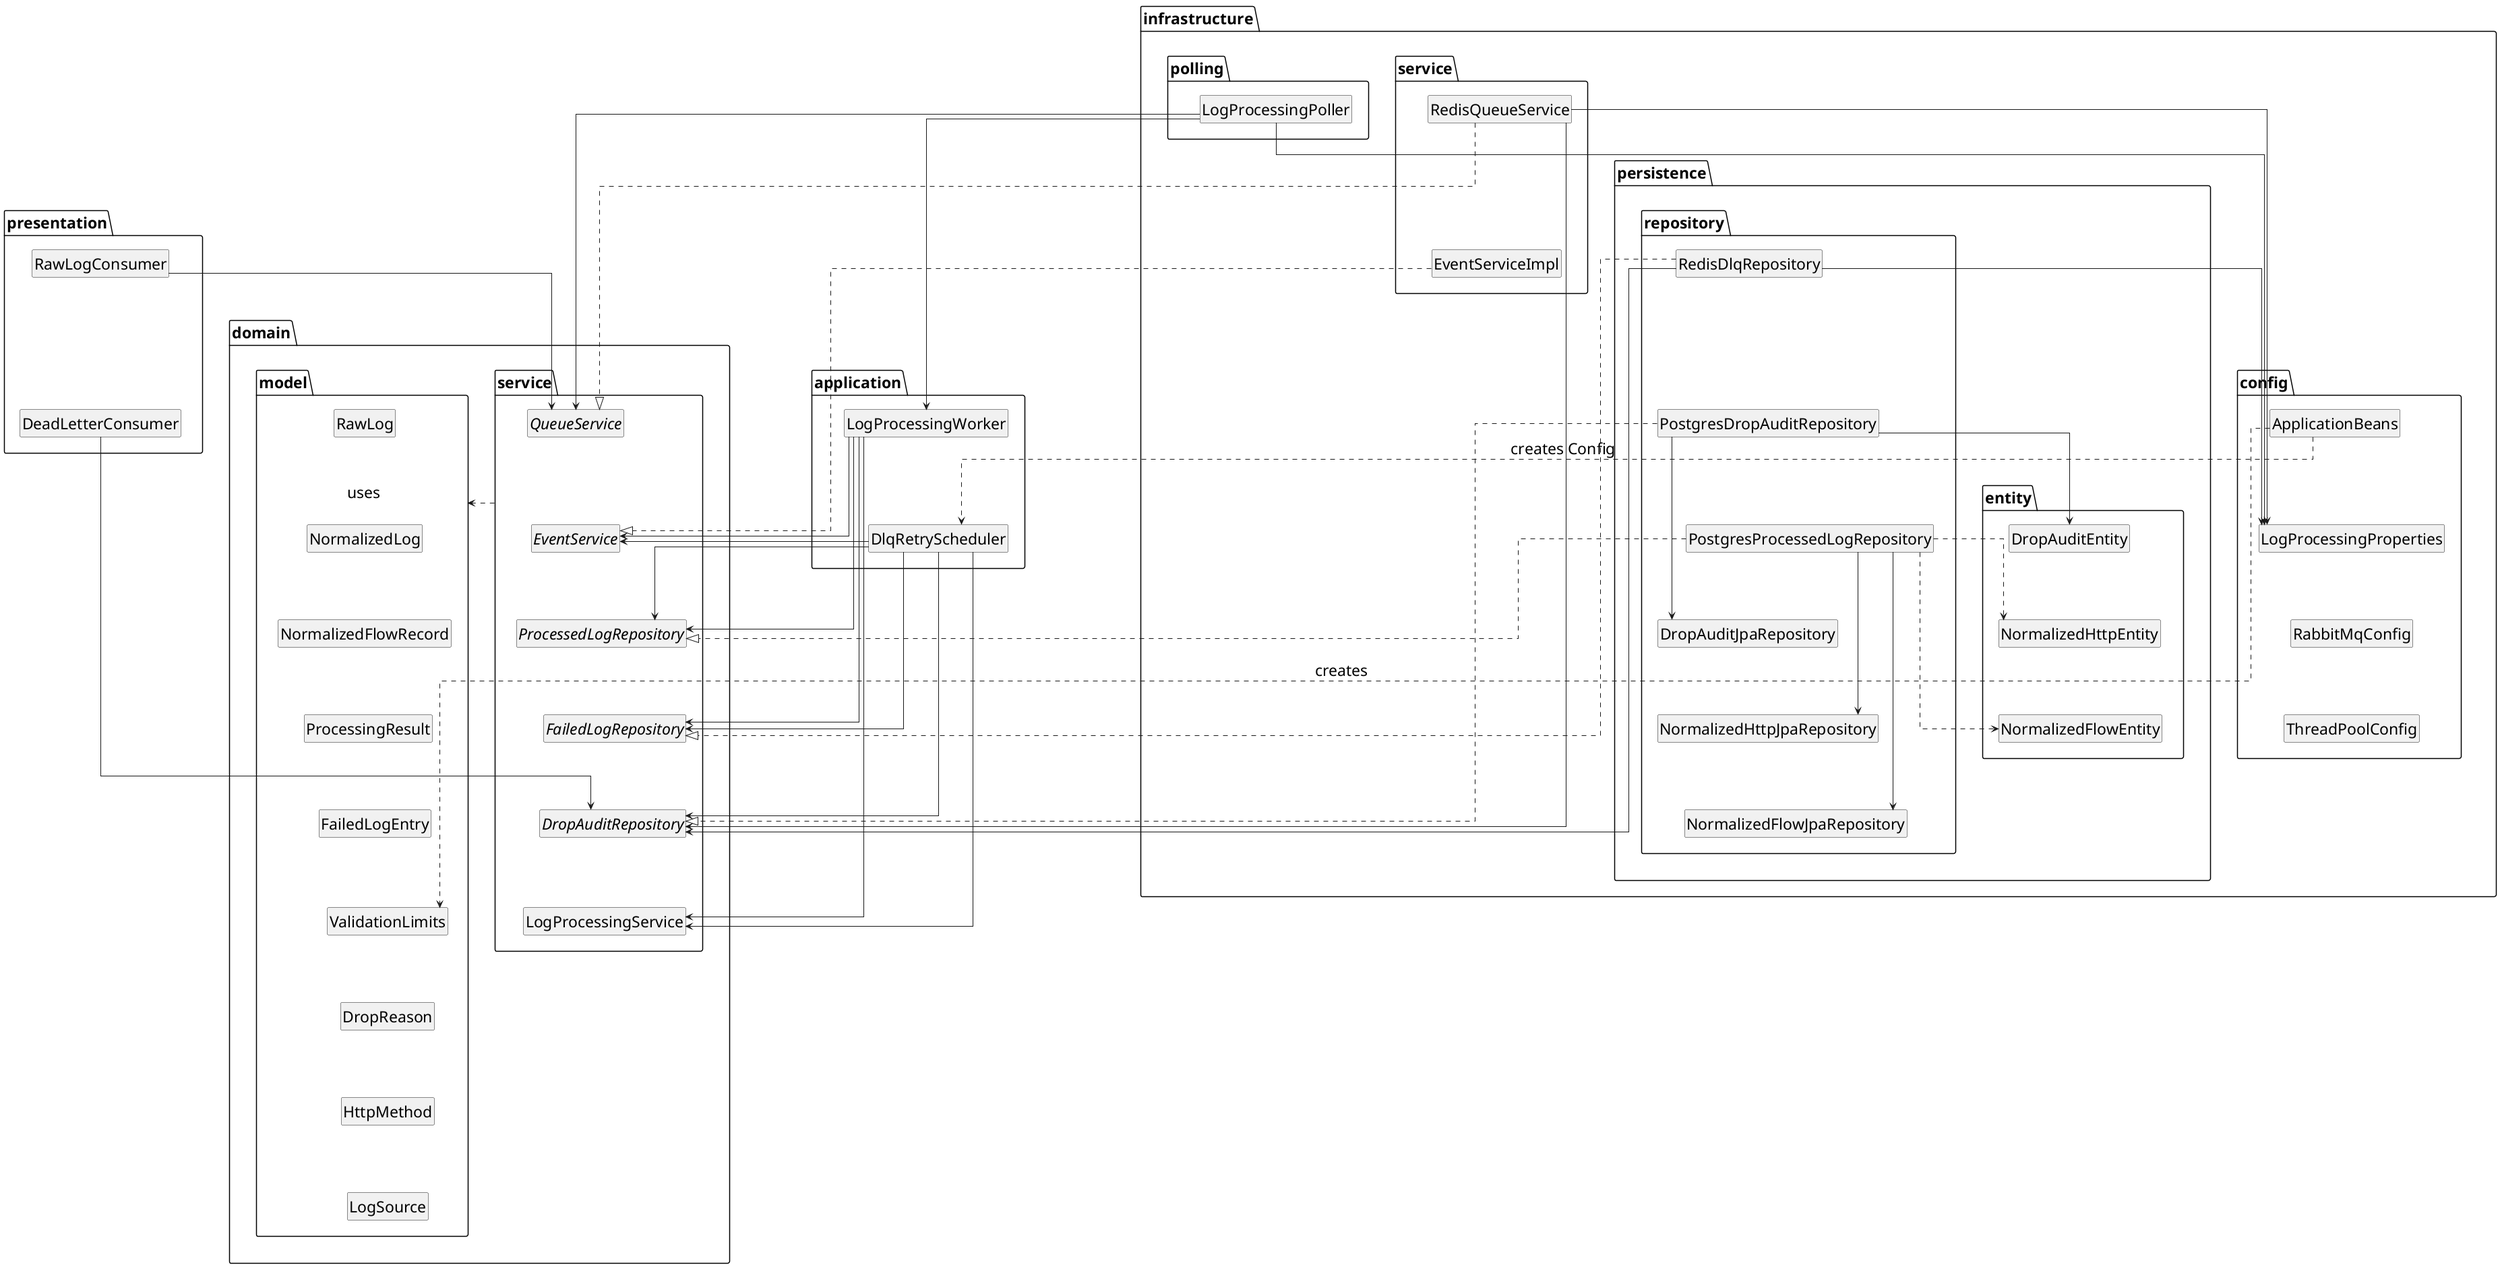
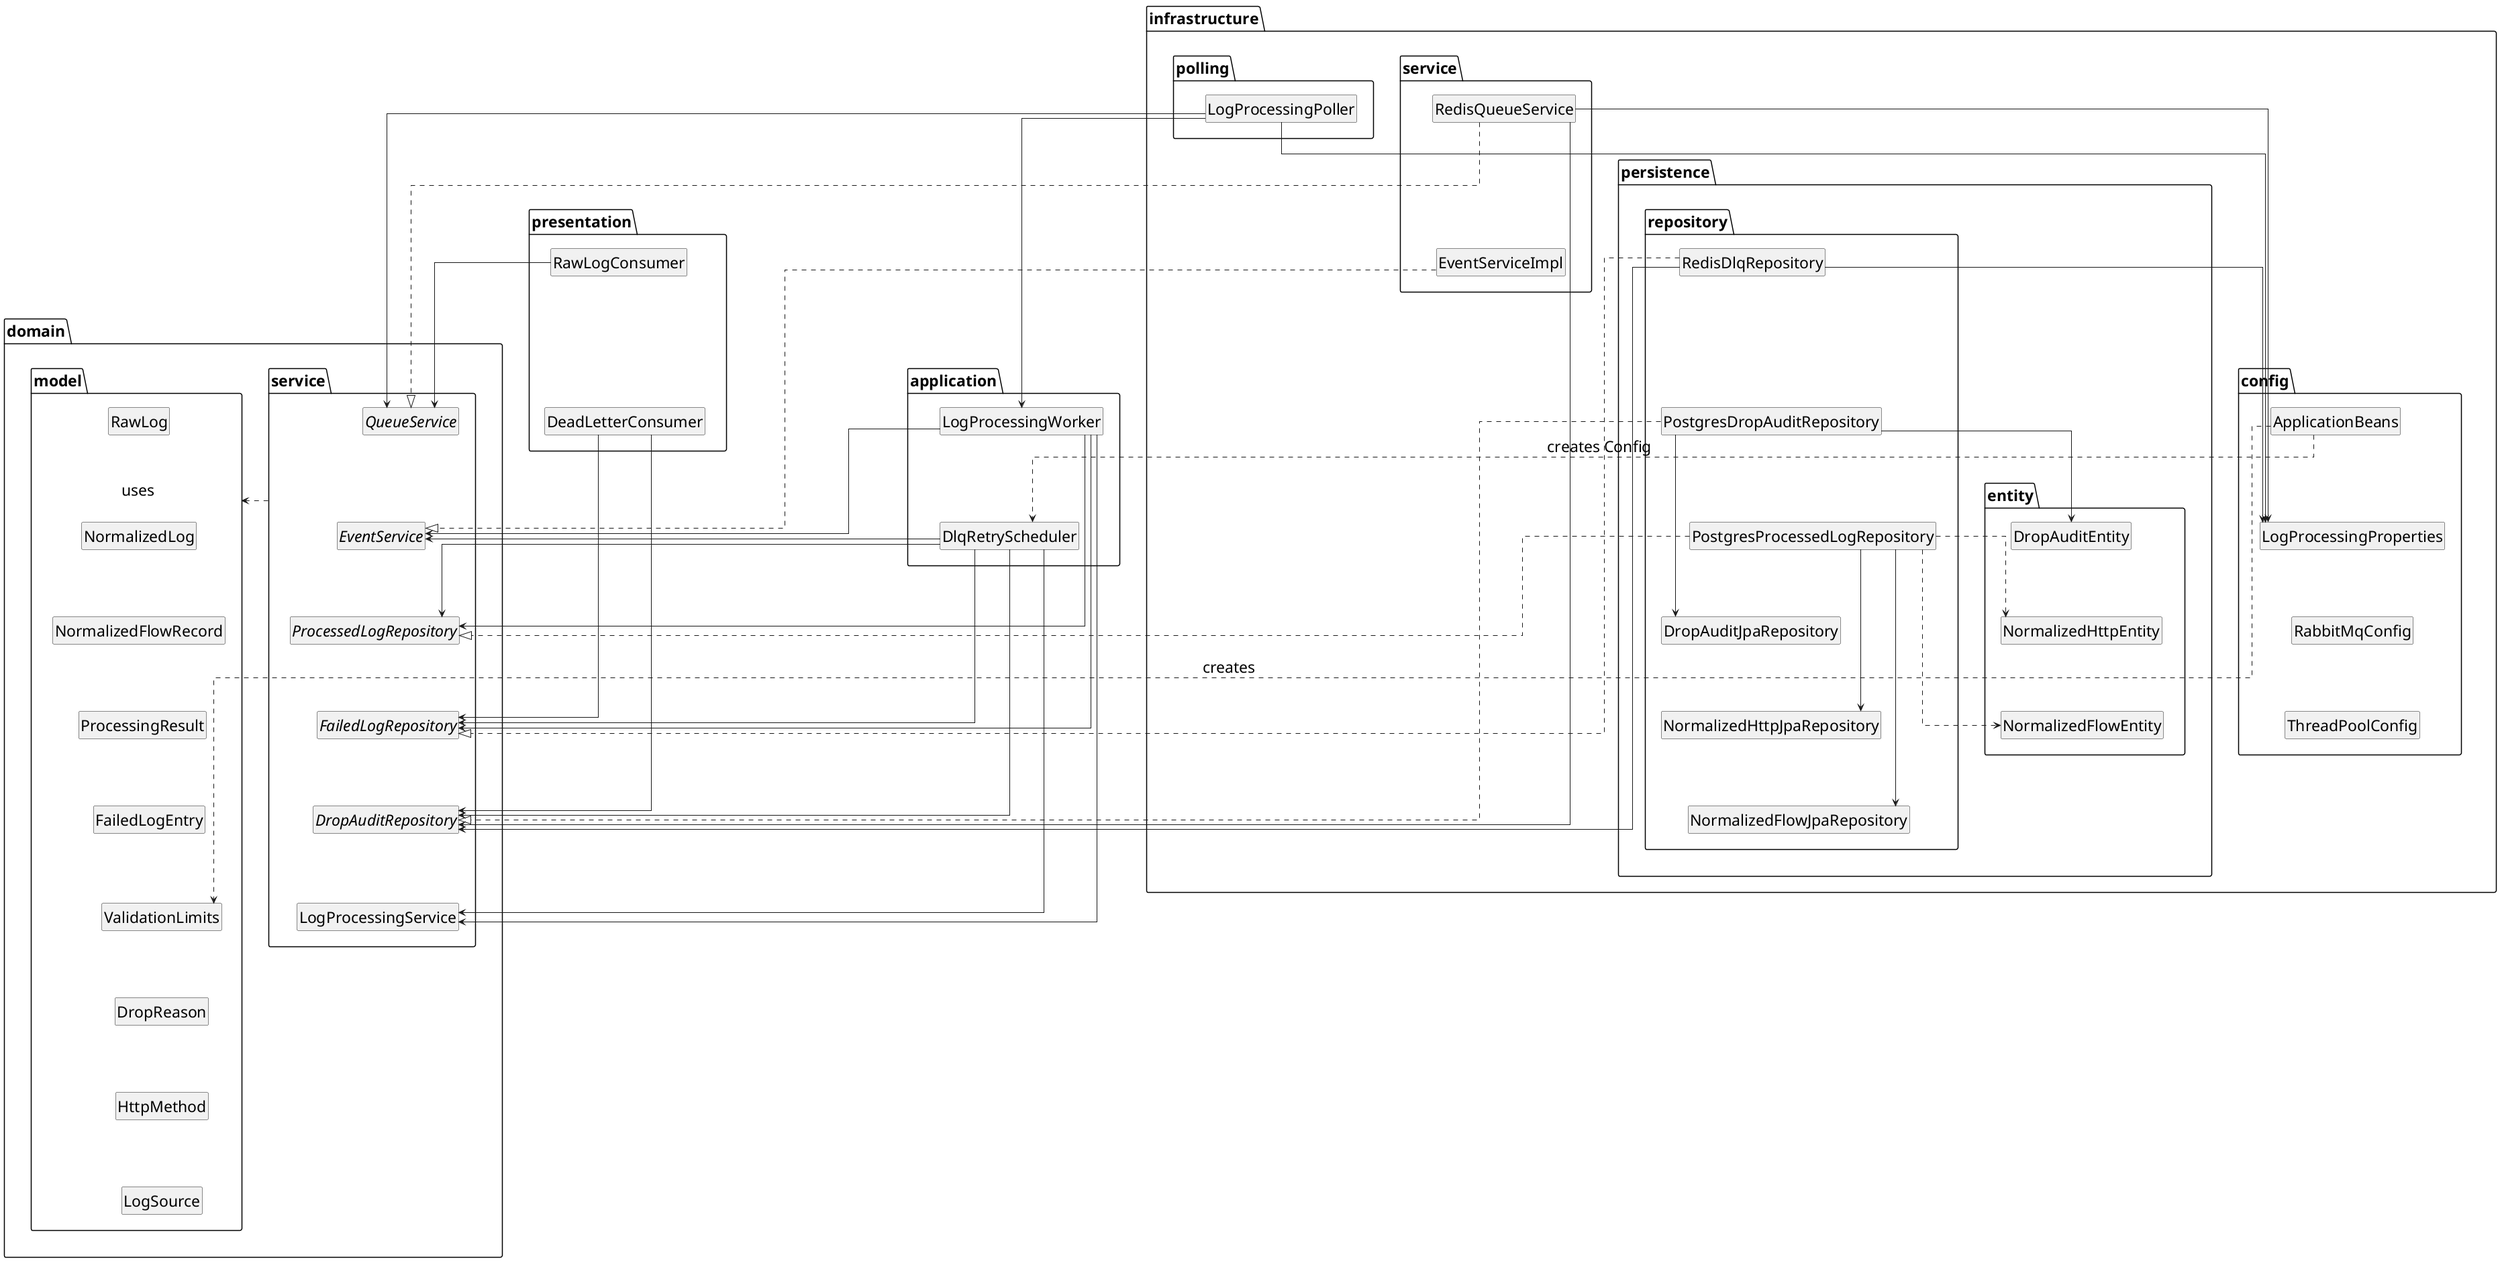
@startuml log-processing
top to bottom direction

skinparam packageStyle folder
skinparam linetype ortho
skinparam ranksep 100
skinparam nodesep 40
skinparam DefaultFontSize 23

hide circle
hide empty members

' ---- Layout / Together groups ----
together {
  package "domain.service" {
    interface QueueService
    interface EventService
    interface ProcessedLogRepository
    interface FailedLogRepository
    interface DropAuditRepository
    class LogProcessingService

    QueueService -[hidden]down- EventService
    EventService -[hidden]down- ProcessedLogRepository
    ProcessedLogRepository -[hidden]down- FailedLogRepository
    FailedLogRepository -[hidden]down- DropAuditRepository
    DropAuditRepository -[hidden]down- LogProcessingService
  }

  package "domain.model" {
    class RawLog
    class NormalizedLog
    class NormalizedFlowRecord
    class ProcessingResult
    class FailedLogEntry
    class ValidationLimits
    class DropReason
    class HttpMethod
    class LogSource

    RawLog -[hidden]down- NormalizedLog
    NormalizedLog -[hidden]down- NormalizedFlowRecord
    NormalizedFlowRecord -[hidden]down- ProcessingResult
    ProcessingResult -[hidden]down- FailedLogEntry
    FailedLogEntry -[hidden]down- ValidationLimits
    ValidationLimits -[hidden]down- DropReason
    DropReason -[hidden]down- HttpMethod
    HttpMethod -[hidden]down- LogSource
  }
}

together {
  package application {
    class LogProcessingWorker
    class DlqRetryScheduler

    LogProcessingWorker -[hidden]down- DlqRetryScheduler
  }
}

together {
  package presentation {
    class RawLogConsumer
    class DeadLetterConsumer

    RawLogConsumer -[hidden]down- DeadLetterConsumer
  }
}

together {
  package "infrastructure.polling" {
    class LogProcessingPoller
  }

  package "infrastructure.service" {
    class RedisQueueService
    class EventServiceImpl

    RedisQueueService -[hidden]down- EventServiceImpl
  }
}

together {
  package "infrastructure.persistence.repository" {
    class RedisDlqRepository
    class PostgresDropAuditRepository
    class PostgresProcessedLogRepository
    class DropAuditJpaRepository
    class NormalizedHttpJpaRepository
    class NormalizedFlowJpaRepository

    RedisDlqRepository -[hidden]down- PostgresDropAuditRepository
    PostgresDropAuditRepository -[hidden]down- PostgresProcessedLogRepository
    PostgresProcessedLogRepository -[hidden]down- DropAuditJpaRepository
    DropAuditJpaRepository -[hidden]down- NormalizedHttpJpaRepository
    NormalizedHttpJpaRepository -[hidden]down- NormalizedFlowJpaRepository
  }

  package "infrastructure.persistence.entity" {
    class DropAuditEntity
    class NormalizedHttpEntity
    class NormalizedFlowEntity

    DropAuditEntity -[hidden]down- NormalizedHttpEntity
    NormalizedHttpEntity -[hidden]down- NormalizedFlowEntity
  }
}

together {
  package "infrastructure.config" {
    class ApplicationBeans
    class LogProcessingProperties
    class RabbitMqConfig
    class ThreadPoolConfig

    ApplicationBeans -[hidden]down- LogProcessingProperties
    LogProcessingProperties -[hidden]down- RabbitMqConfig
    RabbitMqConfig -[hidden]down- ThreadPoolConfig
  }
}

' ---- Layer Order ----
"domain.service" -[hidden]down- application
application -[hidden]down- presentation
presentation -[hidden]down- "infrastructure.polling"
"infrastructure.polling" -[hidden]down- "infrastructure.persistence.repository"
"infrastructure.persistence.repository" -[hidden]down- "infrastructure.config"

"domain.service" -[hidden]right- "domain.model"
"infrastructure.polling" -[hidden]right- "infrastructure.service"
"infrastructure.persistence.repository" -[hidden]right- "infrastructure.persistence.entity"

' ---- presentation -> application & domain.service ----
RawLogConsumer --> QueueService
DeadLetterConsumer --> DropAuditRepository
+ DeadLetterConsumer --> FailedLogRepository

' ---- application -> domain.service ----
LogProcessingWorker --> LogProcessingService
LogProcessingWorker --> EventService
LogProcessingWorker --> ProcessedLogRepository
LogProcessingWorker --> FailedLogRepository

DlqRetryScheduler --> FailedLogRepository
DlqRetryScheduler --> LogProcessingService
DlqRetryScheduler --> EventService
DlqRetryScheduler --> ProcessedLogRepository
DlqRetryScheduler --> DropAuditRepository

' ---- domain.service -> domain.model (package-level, kept minimal) ----
"domain.service" ..> "domain.model" : uses

' ---- infrastructure.polling -> application & domain.service ----
LogProcessingPoller --> QueueService
LogProcessingPoller --> LogProcessingWorker
LogProcessingPoller --> LogProcessingProperties

' ---- infrastructure implementations of domain.service ----
RedisQueueService ..|> QueueService
EventServiceImpl ..|> EventService
RedisDlqRepository ..|> FailedLogRepository
PostgresDropAuditRepository ..|> DropAuditRepository
PostgresProcessedLogRepository ..|> ProcessedLogRepository

RedisQueueService --> DropAuditRepository
RedisDlqRepository --> DropAuditRepository

' ---- infrastructure -> config ----
RedisQueueService --> LogProcessingProperties
RedisDlqRepository --> LogProcessingProperties

' ---- repository -> entity ----
PostgresDropAuditRepository --> DropAuditJpaRepository
PostgresDropAuditRepository --> DropAuditEntity
PostgresProcessedLogRepository --> NormalizedHttpJpaRepository
PostgresProcessedLogRepository --> NormalizedFlowJpaRepository
PostgresProcessedLogRepository ..> NormalizedHttpEntity
PostgresProcessedLogRepository ..> NormalizedFlowEntity

' ---- config ----
ApplicationBeans ..> ValidationLimits : creates
ApplicationBeans ..> DlqRetryScheduler : creates Config

@enduml
